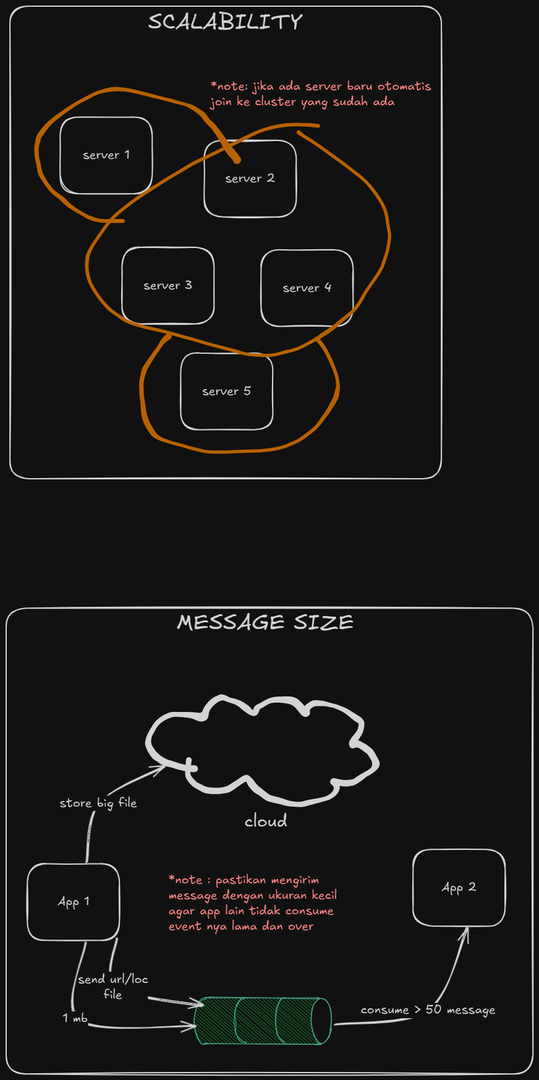
RIOKOWI/software-architecture keeps this Excalidraw diagram as system-design/B4-USE-KAFKA.excalidraw.png. Above is the earlier version. Source tidied: one line per element, renumbered; positions are measured from the earlier drawing's top-left corner, leaving out a move shared by most shapes.
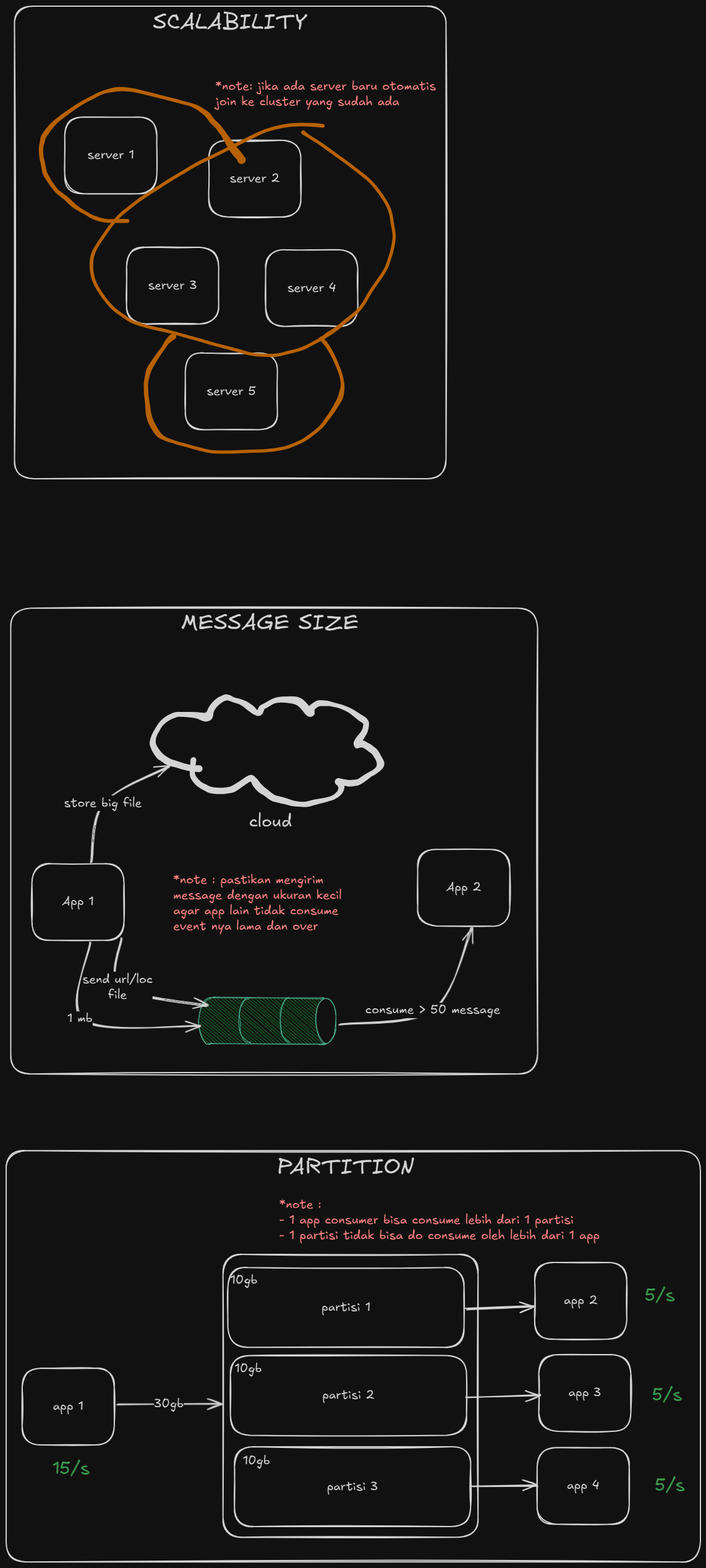
The same file after the commit.

Commit message:
docs(b4 use kafka): kafka partition

Change to the diagram source:
```diff
@@ -35,3 +35,33 @@
 {"id": 34, "type": "text", "text": "*note : pastikan mengirim\nmessage dengan ukuran kecil\nagar app lain tidak consume\nevent nya lama dan over", "strokeColor": "#e03131", "strokeWidth": 2, "roughness": 1, "fontSize": 20, "fontFamily": 5, "x": 263, "y": 1400, "width": 313, "height": 100}
 {"id": 35, "type": "rectangle", "strokeColor": "#1e1e1e", "strokeWidth": 2, "roughness": 1, "round": true, "x": 0, "y": 973, "width": 852, "height": 753}
 {"id": 36, "type": "text", "text": "MESSAGE SIZE", "strokeColor": "#1e1e1e", "strokeWidth": 2, "roughness": 1, "fontSize": 36, "fontFamily": 5, "x": 275, "y": 975, "width": 287, "height": 45}
+{"id": 37, "type": "rectangle", "strokeColor": "#1e1e1e", "strokeWidth": 2, "roughness": 1, "round": true, "x": 18, "y": 2202, "width": 149, "height": 124}
+{"id": 38, "type": "text", "text": "app 1", "strokeColor": "#1e1e1e", "strokeWidth": 2, "roughness": 1, "fontSize": 20, "fontFamily": 5, "textAlign": "center", "verticalAlign": "middle", "inside": 37, "x": 68, "y": 2252, "width": 50, "height": 25}
+{"id": 39, "type": "rectangle", "strokeColor": "#1e1e1e", "strokeWidth": 2, "roughness": 1, "round": true, "x": 351, "y": 2039, "width": 382, "height": 129}
+{"id": 40, "type": "text", "text": "partisi 1", "strokeColor": "#1e1e1e", "strokeWidth": 2, "roughness": 1, "fontSize": 20, "fontFamily": 5, "textAlign": "center", "verticalAlign": "middle", "inside": 39, "x": 503, "y": 2091, "width": 79, "height": 25}
+{"id": 41, "type": "rectangle", "strokeColor": "#1e1e1e", "strokeWidth": 2, "roughness": 1, "round": true, "x": 355, "y": 2181, "width": 382, "height": 129}
+{"id": 42, "type": "text", "text": "partisi 2", "strokeColor": "#1e1e1e", "strokeWidth": 2, "roughness": 1, "fontSize": 20, "fontFamily": 5, "textAlign": "center", "verticalAlign": "middle", "inside": 41, "x": 504, "y": 2233, "width": 85, "height": 25}
+{"id": 43, "type": "rectangle", "strokeColor": "#1e1e1e", "strokeWidth": 2, "roughness": 1, "round": true, "x": 362, "y": 2329, "width": 382, "height": 129}
+{"id": 44, "type": "text", "text": "partisi 3", "strokeColor": "#1e1e1e", "strokeWidth": 2, "roughness": 1, "fontSize": 20, "fontFamily": 5, "textAlign": "center", "verticalAlign": "middle", "inside": 43, "x": 511, "y": 2381, "width": 83, "height": 25}
+{"id": 45, "type": "rectangle", "strokeColor": "#1e1e1e", "strokeWidth": 2, "roughness": 1, "round": true, "x": 343, "y": 2018, "width": 413, "height": 457}
+{"id": 46, "type": "arrow", "strokeColor": "#1e1e1e", "strokeWidth": 2, "roughness": 1, "endArrowhead": "arrow", "round": true, "from": 37, "to": 45, "x": 172, "y": 2260, "width": 168, "height": 1, "points": [[0, 0], [168, -1]]}
+{"id": 47, "type": "text", "text": "30gb", "strokeColor": "#1e1e1e", "strokeWidth": 2, "roughness": 1, "fontSize": 20, "fontFamily": 5, "textAlign": "center", "verticalAlign": "middle", "inside": 46, "x": 315, "y": 2252, "width": 48, "height": 25}
+{"id": 48, "type": "text", "text": "10gb", "strokeColor": "#1e1e1e", "strokeWidth": 2, "roughness": 1, "fontSize": 20, "fontFamily": 5, "x": 355, "y": 2047, "width": 44, "height": 25}
+{"id": 49, "type": "text", "text": "10gb", "strokeColor": "#1e1e1e", "strokeWidth": 2, "roughness": 1, "fontSize": 20, "fontFamily": 5, "x": 362, "y": 2190, "width": 44, "height": 25}
+{"id": 50, "type": "text", "text": "10gb", "strokeColor": "#1e1e1e", "strokeWidth": 2, "roughness": 1, "fontSize": 20, "fontFamily": 5, "x": 375, "y": 2339, "width": 44, "height": 25}
+{"id": 51, "type": "text", "text": "15/s", "strokeColor": "#2f9e44", "strokeWidth": 2, "roughness": 1, "fontSize": 28, "fontFamily": 5, "x": 67, "y": 2347, "width": 60, "height": 35}
+{"id": 52, "type": "rectangle", "strokeColor": "#1e1e1e", "strokeWidth": 2, "roughness": 1, "round": true, "x": 848, "y": 2031, "width": 149, "height": 124}
+{"id": 53, "type": "text", "text": "app 2", "strokeColor": "#1e1e1e", "strokeWidth": 2, "roughness": 1, "fontSize": 20, "fontFamily": 5, "textAlign": "center", "verticalAlign": "middle", "inside": 52, "x": 895, "y": 2081, "width": 55, "height": 25}
+{"id": 54, "type": "rectangle", "strokeColor": "#1e1e1e", "strokeWidth": 2, "roughness": 1, "round": true, "x": 854, "y": 2180, "width": 149, "height": 124}
+{"id": 55, "type": "text", "text": "app 3", "strokeColor": "#1e1e1e", "strokeWidth": 2, "roughness": 1, "fontSize": 20, "fontFamily": 5, "textAlign": "center", "verticalAlign": "middle", "inside": 54, "x": 902, "y": 2229, "width": 53, "height": 25}
+{"id": 56, "type": "rectangle", "strokeColor": "#1e1e1e", "strokeWidth": 2, "roughness": 1, "round": true, "x": 851, "y": 2330, "width": 149, "height": 124}
+{"id": 57, "type": "text", "text": "app 4", "strokeColor": "#1e1e1e", "strokeWidth": 2, "roughness": 1, "fontSize": 20, "fontFamily": 5, "textAlign": "center", "verticalAlign": "middle", "inside": 56, "x": 900, "y": 2380, "width": 53, "height": 25}
+{"id": 58, "type": "arrow", "strokeColor": "#1e1e1e", "strokeWidth": 2, "roughness": 1, "endArrowhead": "arrow", "round": true, "from": 45, "to": 52, "x": 736, "y": 2106, "width": 109, "height": 5, "points": [[0, 0], [109, -5]]}
+{"id": 59, "type": "arrow", "strokeColor": "#1e1e1e", "strokeWidth": 2, "roughness": 1, "endArrowhead": "arrow", "round": true, "from": 45, "to": 54, "x": 737, "y": 2249, "width": 119, "height": 4, "points": [[0, 0], [119, -4]]}
+{"id": 60, "type": "arrow", "strokeColor": "#1e1e1e", "strokeWidth": 2, "roughness": 1, "endArrowhead": "arrow", "round": true, "from": 45, "to": 56, "x": 747, "y": 2392, "width": 105, "height": 0, "points": [[0, 0], [105, 0]]}
+{"id": 61, "type": "text", "text": "5/s", "strokeColor": "#2f9e44", "strokeWidth": 2, "roughness": 1, "fontSize": 28, "fontFamily": 5, "x": 1042, "y": 2375, "width": 48, "height": 35}
+{"id": 62, "type": "text", "text": "5/s", "strokeColor": "#2f9e44", "strokeWidth": 2, "roughness": 1, "fontSize": 28, "fontFamily": 5, "x": 1026, "y": 2068, "width": 48, "height": 35}
+{"id": 63, "type": "text", "text": "5/s", "strokeColor": "#2f9e44", "strokeWidth": 2, "roughness": 1, "fontSize": 28, "fontFamily": 5, "x": 1038, "y": 2228, "width": 48, "height": 35}
+{"id": 64, "type": "text", "text": "*note : \n- 1 app consumer bisa consume lebih dari 1 partisi\n- 1 partisi tidak bisa do consume oleh lebih dari 1 app", "strokeColor": "#e03131", "strokeWidth": 2, "roughness": 1, "fontSize": 20, "fontFamily": 5, "x": 434, "y": 1925, "width": 518, "height": 75}
+{"id": 65, "type": "rectangle", "strokeColor": "#1e1e1e", "strokeWidth": 2, "roughness": 1, "round": true, "x": -7, "y": 1850, "width": 1123, "height": 665}
+{"id": 66, "type": "text", "text": "PARTITION", "strokeColor": "#1e1e1e", "strokeWidth": 2, "roughness": 1, "fontSize": 36, "fontFamily": 5, "x": 431, "y": 1856, "width": 222, "height": 45}
```
